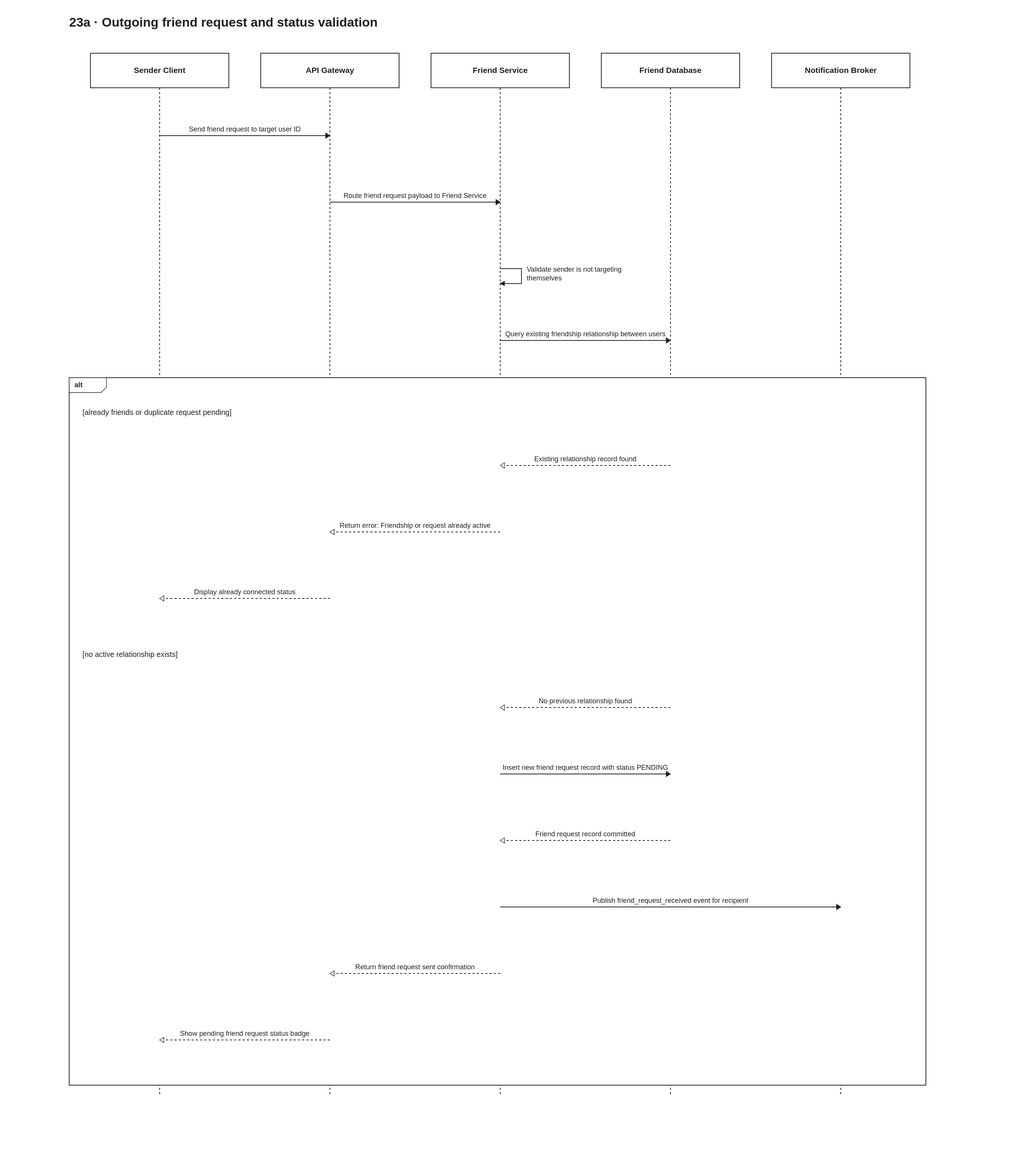
Earlier version of the draw.io export docs/diagrams/velora-current/importable-svg/23a-friend-send-request.drawio.svg (HieuCuteDangYeu/velora-backend). Source tidied: cells renumbered, new cells last; positions are measured from the earlier drawing's top-left corner, leaving out a move shared by most shapes.
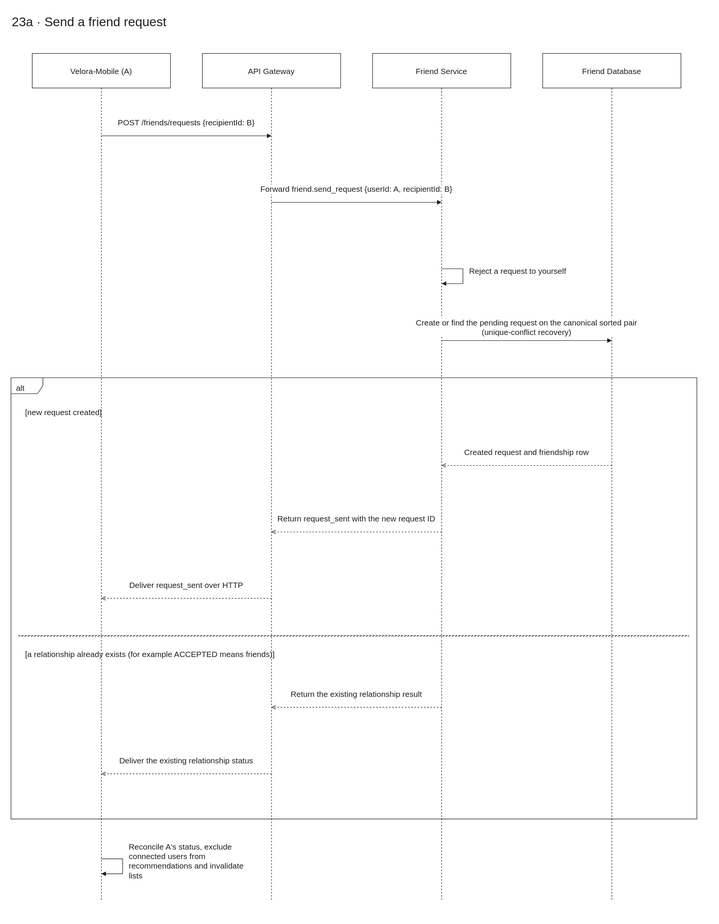
After the commit.

Change to the diagram source:
```diff
@@ -2,40 +2,34 @@
   <root>
     <mxCell id="0" />
     <mxCell id="1" parent="0" />
-    <mxCell id="2" style="html=1;fontFamily=Arial;fontSize=15;fontColor=light-dark(#202020,#eeeeee);strokeColor=light-dark(#202020,#eeeeee);dashed=1;endArrow=none;" parent="1" edge="1">
-      <mxGeometry relative="1" as="geometry">
-        <mxPoint x="1450" y="145" as="sourcePoint" />
-        <mxPoint x="1450" y="2040" as="targetPoint" />
-      </mxGeometry>
-    </mxCell>
-    <mxCell id="3" style="html=1;fontFamily=Arial;fontSize=15;fontColor=light-dark(#202020,#eeeeee);strokeColor=light-dark(#202020,#eeeeee);dashed=1;endArrow=none;" parent="1" edge="1">
-      <mxGeometry relative="1" as="geometry">
-        <mxPoint x="1130" y="145" as="sourcePoint" />
-        <mxPoint x="1130" y="2040" as="targetPoint" />
-      </mxGeometry>
-    </mxCell>
-    <mxCell id="4" style="html=1;fontFamily=Arial;fontSize=15;fontColor=light-dark(#202020,#eeeeee);strokeColor=light-dark(#202020,#eeeeee);dashed=1;endArrow=none;" parent="1" edge="1">
-      <mxGeometry relative="1" as="geometry">
-        <mxPoint x="810" y="145" as="sourcePoint" />
-        <mxPoint x="810" y="2040" as="targetPoint" />
-      </mxGeometry>
-    </mxCell>
-    <mxCell id="5" style="html=1;fontFamily=Arial;fontSize=15;fontColor=light-dark(#202020,#eeeeee);strokeColor=light-dark(#202020,#eeeeee);dashed=1;endArrow=none;" parent="1" edge="1">
-      <mxGeometry relative="1" as="geometry">
-        <mxPoint x="490" y="145" as="sourcePoint" />
-        <mxPoint x="490" y="2040" as="targetPoint" />
-      </mxGeometry>
-    </mxCell>
-    <mxCell id="6" style="html=1;fontFamily=Arial;fontSize=15;fontColor=light-dark(#202020,#eeeeee);strokeColor=light-dark(#202020,#eeeeee);dashed=1;endArrow=none;" parent="1" edge="1">
-      <mxGeometry relative="1" as="geometry">
-        <mxPoint x="170" y="145" as="sourcePoint" />
-        <mxPoint x="170" y="2040" as="targetPoint" />
-      </mxGeometry>
-    </mxCell>
+    <mxCell id="30" style="html=1;fontFamily=Arial;fontSize=15;fontColor=light-dark(#202020,#eeeeee);strokeColor=light-dark(#202020,#eeeeee);dashed=1;endArrow=none;" parent="1" edge="1">
+      <mxGeometry relative="1" as="geometry">
+        <mxPoint x="1130" y="145" as="sourcePoint" />
+        <mxPoint x="1130" y="1675" as="targetPoint" />
+      </mxGeometry>
+    </mxCell>
+    <mxCell id="31" style="html=1;fontFamily=Arial;fontSize=15;fontColor=light-dark(#202020,#eeeeee);strokeColor=light-dark(#202020,#eeeeee);dashed=1;endArrow=none;" parent="1" edge="1">
+      <mxGeometry relative="1" as="geometry">
+        <mxPoint x="810" y="145" as="sourcePoint" />
+        <mxPoint x="810" y="1675" as="targetPoint" />
+      </mxGeometry>
+    </mxCell>
+    <mxCell id="32" style="html=1;fontFamily=Arial;fontSize=15;fontColor=light-dark(#202020,#eeeeee);strokeColor=light-dark(#202020,#eeeeee);dashed=1;endArrow=none;" parent="1" edge="1">
+      <mxGeometry relative="1" as="geometry">
+        <mxPoint x="490" y="145" as="sourcePoint" />
+        <mxPoint x="490" y="1675" as="targetPoint" />
+      </mxGeometry>
+    </mxCell>
+    <mxCell id="33" style="html=1;fontFamily=Arial;fontSize=15;fontColor=light-dark(#202020,#eeeeee);strokeColor=light-dark(#202020,#eeeeee);dashed=1;endArrow=none;" parent="1" edge="1">
+      <mxGeometry relative="1" as="geometry">
+        <mxPoint x="170" y="145" as="sourcePoint" />
+        <mxPoint x="170" y="1675" as="targetPoint" />
+      </mxGeometry>
+    </mxCell>
-    <mxCell id="7" value="23a · Outgoing friend request and status validation" style="html=1;fontFamily=Arial;fontSize=15;fontColor=light-dark(#202020,#eeeeee);strokeColor=light-dark(#202020,#eeeeee);text;fontSize=24;align=left;strokeColor=none;fillColor=none;" parent="1" vertex="1">
-      <mxGeometry width="1610" height="50" as="geometry" />
+    <mxCell id="7" value="23a · Send a friend request" style="html=1;fontFamily=Arial;fontSize=15;fontColor=light-dark(#202020,#eeeeee);strokeColor=light-dark(#202020,#eeeeee);text;fontSize=24;align=left;strokeColor=none;fillColor=none;" parent="1" vertex="1">
+      <mxGeometry width="1290" height="50" as="geometry" />
     </mxCell>
-    <mxCell id="8" value="Sender Client" style="html=1;fontFamily=Arial;fontSize=15;fontColor=light-dark(#202020,#eeeeee);strokeColor=light-dark(#202020,#eeeeee);rounded=0;fillColor=#ffffff;whiteSpace=wrap;align=center;verticalAlign=middle;" parent="1" vertex="1">
+    <mxCell id="8" value="Velora-Mobile (A)" style="html=1;fontFamily=Arial;fontSize=15;fontColor=light-dark(#202020,#eeeeee);strokeColor=light-dark(#202020,#eeeeee);rounded=0;fillColor=#ffffff;whiteSpace=wrap;align=center;verticalAlign=middle;" parent="1" vertex="1">
       <mxGeometry x="40" y="80" width="260" height="65" as="geometry" />
     </mxCell>
     <mxCell id="9" value="API Gateway" style="html=1;fontFamily=Arial;fontSize=15;fontColor=light-dark(#202020,#eeeeee);strokeColor=light-dark(#202020,#eeeeee);rounded=0;fillColor=#ffffff;whiteSpace=wrap;align=center;verticalAlign=middle;" parent="1" vertex="1">
@@ -47,111 +41,95 @@
     <mxCell id="11" value="Friend Database" style="html=1;fontFamily=Arial;fontSize=15;fontColor=light-dark(#202020,#eeeeee);strokeColor=light-dark(#202020,#eeeeee);rounded=0;fillColor=#ffffff;whiteSpace=wrap;align=center;verticalAlign=middle;" parent="1" vertex="1">
       <mxGeometry x="1000" y="80" width="260" height="65" as="geometry" />
     </mxCell>
-    <mxCell id="12" value="Notification Broker" style="html=1;fontFamily=Arial;fontSize=15;fontColor=light-dark(#202020,#eeeeee);strokeColor=light-dark(#202020,#eeeeee);rounded=0;fillColor=#ffffff;whiteSpace=wrap;align=center;verticalAlign=middle;" parent="1" vertex="1">
-      <mxGeometry x="1320" y="80" width="260" height="65" as="geometry" />
+    <mxCell id="12" value="POST /friends/requests {recipientId: B}" style="html=1;fontFamily=Arial;fontSize=15;fontColor=light-dark(#202020,#eeeeee);strokeColor=light-dark(#202020,#eeeeee);endArrow=block;endFill=1;labelBackgroundColor=#ffffff;labelWidth=550;whiteSpace=wrap;align=center;" parent="1" edge="1">
+      <mxGeometry relative="1" as="geometry">
+        <mxPoint x="170" y="235" as="sourcePoint" />
+        <mxPoint x="490" y="235" as="targetPoint" />
+        <mxPoint y="-25" as="offset" />
+      </mxGeometry>
     </mxCell>
-    <mxCell id="13" value="Send friend request to target user ID" style="html=1;fontFamily=Arial;fontSize=15;fontColor=light-dark(#202020,#eeeeee);strokeColor=light-dark(#202020,#eeeeee);endArrow=block;endFill=1;labelBackgroundColor=#ffffff;labelWidth=550;whiteSpace=wrap;align=center;" parent="1" edge="1">
+    <mxCell id="13" value="Forward friend.send_request {userId: A, recipientId: B}" style="html=1;fontFamily=Arial;fontSize=15;fontColor=light-dark(#202020,#eeeeee);strokeColor=light-dark(#202020,#eeeeee);endArrow=block;endFill=1;labelBackgroundColor=#ffffff;labelWidth=550;whiteSpace=wrap;align=center;" parent="1" edge="1">
       <mxGeometry relative="1" as="geometry">
-        <mxPoint x="170" y="235" as="sourcePoint" />
-        <mxPoint x="490" y="235" as="targetPoint" />
+        <mxPoint x="490" y="360" as="sourcePoint" />
+        <mxPoint x="810" y="360" as="targetPoint" />
         <mxPoint y="-25" as="offset" />
       </mxGeometry>
     </mxCell>
-    <mxCell id="14" value="Route friend request payload to Friend Service" style="html=1;fontFamily=Arial;fontSize=15;fontColor=light-dark(#202020,#eeeeee);strokeColor=light-dark(#202020,#eeeeee);endArrow=block;endFill=1;labelBackgroundColor=#ffffff;labelWidth=550;whiteSpace=wrap;align=center;" parent="1" edge="1">
+    <mxCell id="14" value="Reject a request to yourself" style="html=1;fontFamily=Arial;fontSize=15;fontColor=light-dark(#202020,#eeeeee);strokeColor=light-dark(#202020,#eeeeee);endArrow=block;endFill=1;edgeStyle=orthogonalEdgeStyle;curved=0;rounded=0;orthogonalLoop=1;jettySize=auto;labelBackgroundColor=#ffffff;labelWidth=240;whiteSpace=wrap;align=left;" parent="1" edge="1">
       <mxGeometry relative="1" as="geometry">
-        <mxPoint x="490" y="360" as="sourcePoint" />
-        <mxPoint x="810" y="360" as="targetPoint" />
-        <mxPoint y="-25" as="offset" />
+        <mxPoint x="810" y="485" as="sourcePoint" />
+        <mxPoint x="810" y="513" as="targetPoint" />
+        <Array as="points">
+          <mxPoint x="850" y="485" />
+          <mxPoint x="850" y="513" />
+        </Array>
+        <mxPoint x="10" y="-10" as="offset" />
       </mxGeometry>
     </mxCell>
-    <mxCell id="15" value="Validate sender is not targeting themselves" style="html=1;fontFamily=Arial;fontSize=15;fontColor=light-dark(#202020,#eeeeee);strokeColor=light-dark(#202020,#eeeeee);endArrow=block;endFill=1;edgeStyle=orthogonalEdgeStyle;curved=0;rounded=0;orthogonalLoop=1;jettySize=auto;labelBackgroundColor=#ffffff;labelWidth=240;whiteSpace=wrap;align=left;" parent="1" edge="1">
+    <mxCell id="15" value="Create or find the pending request on the canonical sorted pair&lt;br&gt;(unique-conflict recovery)" style="html=1;fontFamily=Arial;fontSize=15;fontColor=light-dark(#202020,#eeeeee);strokeColor=light-dark(#202020,#eeeeee);endArrow=block;endFill=1;labelBackgroundColor=#ffffff;labelWidth=550;whiteSpace=wrap;align=center;" parent="1" edge="1">
       <mxGeometry relative="1" as="geometry">
-        <mxPoint x="810" y="485" as="sourcePoint" />
-        <mxPoint x="810" y="513" as="targetPoint" />
-        <mxPoint x="10" y="-10" as="offset" />
+        <mxPoint x="810" y="620" as="sourcePoint" />
+        <mxPoint x="1130" y="620" as="targetPoint" />
+        <mxPoint y="-25" as="offset" />
       </mxGeometry>
     </mxCell>
-    <mxCell id="16" value="Query existing friendship relationship between users" style="html=1;fontFamily=Arial;fontSize=15;fontColor=light-dark(#202020,#eeeeee);strokeColor=light-dark(#202020,#eeeeee);endArrow=block;endFill=1;labelBackgroundColor=#ffffff;labelWidth=550;whiteSpace=wrap;align=center;" parent="1" edge="1">
-      <mxGeometry relative="1" as="geometry">
-        <mxPoint x="810" y="620" as="sourcePoint" />
-        <mxPoint x="1130" y="620" as="targetPoint" />
-        <mxPoint y="-25" as="offset" />
-      </mxGeometry>
+    <mxCell id="16" value="alt" style="html=1;fontFamily=Arial;fontSize=15;fontColor=light-dark(#202020,#eeeeee);strokeColor=light-dark(#202020,#eeeeee);shape=umlFrame;fillColor=none;align=left;verticalAlign=top;spacingLeft=8;spacingTop=4;" parent="1" vertex="1">
+      <mxGeometry y="690" width="1290" height="830" as="geometry" />
     </mxCell>
-    <mxCell id="17" value="alt" style="html=1;fontFamily=Arial;fontSize=15;fontColor=light-dark(#202020,#eeeeee);strokeColor=light-dark(#202020,#eeeeee);shape=umlFrame;fillColor=none;align=left;verticalAlign=top;spacingLeft=8;spacingTop=4;" parent="1" vertex="1">
-      <mxGeometry y="690" width="1610" height="1330" as="geometry" />
+    <mxCell id="17" value="[new request created]" style="html=1;fontFamily=Arial;fontSize=15;fontColor=light-dark(#202020,#eeeeee);strokeColor=light-dark(#202020,#eeeeee);text;whiteSpace=wrap;align=left;strokeColor=none;fillColor=none;" parent="1" vertex="1">
+      <mxGeometry x="25" y="740" width="1230" height="45" as="geometry" />
     </mxCell>
-    <mxCell id="18" value="[already friends or duplicate request pending]" style="html=1;fontFamily=Arial;fontSize=15;fontColor=light-dark(#202020,#eeeeee);strokeColor=light-dark(#202020,#eeeeee);text;whiteSpace=wrap;align=left;strokeColor=none;fillColor=none;" parent="1" vertex="1">
-      <mxGeometry x="25" y="740" width="1550" height="45" as="geometry" />
+    <mxCell id="18" value="Created request and friendship row" style="html=1;fontFamily=Arial;fontSize=15;fontColor=light-dark(#202020,#eeeeee);strokeColor=light-dark(#202020,#eeeeee);endArrow=open;dashed=1;labelBackgroundColor=#ffffff;labelWidth=550;whiteSpace=wrap;align=center;" parent="1" edge="1">
+      <mxGeometry relative="1" as="geometry">
+        <mxPoint x="1130" y="855" as="sourcePoint" />
+        <mxPoint x="810" y="855" as="targetPoint" />
+        <mxPoint y="-25" as="offset" />
+      </mxGeometry>
     </mxCell>
-    <mxCell id="19" value="Existing relationship record found" style="html=1;fontFamily=Arial;fontSize=15;fontColor=light-dark(#202020,#eeeeee);strokeColor=light-dark(#202020,#eeeeee);endArrow=open;dashed=1;labelBackgroundColor=#ffffff;labelWidth=550;whiteSpace=wrap;align=center;" parent="1" edge="1">
+    <mxCell id="19" value="Return request_sent with the new request ID" style="html=1;fontFamily=Arial;fontSize=15;fontColor=light-dark(#202020,#eeeeee);strokeColor=light-dark(#202020,#eeeeee);endArrow=open;dashed=1;labelBackgroundColor=#ffffff;labelWidth=550;whiteSpace=wrap;align=center;" parent="1" edge="1">
       <mxGeometry relative="1" as="geometry">
-        <mxPoint x="1130" y="855" as="sourcePoint" />
-        <mxPoint x="810" y="855" as="targetPoint" />
+        <mxPoint x="810" y="980" as="sourcePoint" />
+        <mxPoint x="490" y="980" as="targetPoint" />
         <mxPoint y="-25" as="offset" />
       </mxGeometry>
     </mxCell>
-    <mxCell id="20" value="Return error: Friendship or request already active" style="html=1;fontFamily=Arial;fontSize=15;fontColor=light-dark(#202020,#eeeeee);strokeColor=light-dark(#202020,#eeeeee);endArrow=open;dashed=1;labelBackgroundColor=#ffffff;labelWidth=550;whiteSpace=wrap;align=center;" parent="1" edge="1">
+    <mxCell id="20" value="Deliver request_sent over HTTP" style="html=1;fontFamily=Arial;fontSize=15;fontColor=light-dark(#202020,#eeeeee);strokeColor=light-dark(#202020,#eeeeee);endArrow=open;dashed=1;labelBackgroundColor=#ffffff;labelWidth=550;whiteSpace=wrap;align=center;" parent="1" edge="1">
       <mxGeometry relative="1" as="geometry">
-        <mxPoint x="810" y="980" as="sourcePoint" />
-        <mxPoint x="490" y="980" as="targetPoint" />
+        <mxPoint x="490" y="1105" as="sourcePoint" />
+        <mxPoint x="170" y="1105" as="targetPoint" />
         <mxPoint y="-25" as="offset" />
       </mxGeometry>
     </mxCell>
-    <mxCell id="21" value="Display already connected status" style="html=1;fontFamily=Arial;fontSize=15;fontColor=light-dark(#202020,#eeeeee);strokeColor=light-dark(#202020,#eeeeee);endArrow=open;dashed=1;labelBackgroundColor=#ffffff;labelWidth=550;whiteSpace=wrap;align=center;" parent="1" edge="1">
-      <mxGeometry relative="1" as="geometry">
-        <mxPoint x="490" y="1105" as="sourcePoint" />
-        <mxPoint x="170" y="1105" as="targetPoint" />
-        <mxPoint y="-25" as="offset" />
-      </mxGeometry>
+    <mxCell id="21" style="html=1;fontFamily=Arial;fontSize=15;fontColor=light-dark(#202020,#eeeeee);strokeColor=light-dark(#202020,#eeeeee);fillColor=none;dashed=1;" parent="1" vertex="1">
+      <mxGeometry x="15" y="1175" width="1260" height="1" as="geometry" />
     </mxCell>
-    <mxCell id="22" style="html=1;fontFamily=Arial;fontSize=15;fontColor=light-dark(#202020,#eeeeee);strokeColor=light-dark(#202020,#eeeeee);fillColor=none;dashed=1;" parent="1" vertex="1">
-      <mxGeometry x="15" y="1175" width="1580" height="1" as="geometry" />
+    <mxCell id="22" value="[a relationship already exists (for example ACCEPTED means friends)]" style="html=1;fontFamily=Arial;fontSize=15;fontColor=light-dark(#202020,#eeeeee);strokeColor=light-dark(#202020,#eeeeee);text;whiteSpace=wrap;align=left;strokeColor=none;fillColor=none;" parent="1" vertex="1">
+      <mxGeometry x="25" y="1195" width="1230" height="45" as="geometry" />
     </mxCell>
-    <mxCell id="23" value="[no active relationship exists]" style="html=1;fontFamily=Arial;fontSize=15;fontColor=light-dark(#202020,#eeeeee);strokeColor=light-dark(#202020,#eeeeee);text;whiteSpace=wrap;align=left;strokeColor=none;fillColor=none;" parent="1" vertex="1">
-      <mxGeometry x="25" y="1195" width="1550" height="45" as="geometry" />
+    <mxCell id="23" value="Return the existing relationship result" style="html=1;fontFamily=Arial;fontSize=15;fontColor=light-dark(#202020,#eeeeee);strokeColor=light-dark(#202020,#eeeeee);endArrow=open;dashed=1;labelBackgroundColor=#ffffff;labelWidth=550;whiteSpace=wrap;align=center;" parent="1" edge="1">
+      <mxGeometry relative="1" as="geometry">
+        <mxPoint x="810" y="1310" as="sourcePoint" />
+        <mxPoint x="490" y="1310" as="targetPoint" />
+        <mxPoint y="-25" as="offset" />
+      </mxGeometry>
     </mxCell>
-    <mxCell id="24" value="No previous relationship found" style="html=1;fontFamily=Arial;fontSize=15;fontColor=light-dark(#202020,#eeeeee);strokeColor=light-dark(#202020,#eeeeee);endArrow=open;dashed=1;labelBackgroundColor=#ffffff;labelWidth=550;whiteSpace=wrap;align=center;" parent="1" edge="1">
+    <mxCell id="24" value="Deliver the existing relationship status" style="html=1;fontFamily=Arial;fontSize=15;fontColor=light-dark(#202020,#eeeeee);strokeColor=light-dark(#202020,#eeeeee);endArrow=open;dashed=1;labelBackgroundColor=#ffffff;labelWidth=550;whiteSpace=wrap;align=center;" parent="1" edge="1">
       <mxGeometry relative="1" as="geometry">
-        <mxPoint x="1130" y="1310" as="sourcePoint" />
-        <mxPoint x="810" y="1310" as="targetPoint" />
+        <mxPoint x="490" y="1435" as="sourcePoint" />
+        <mxPoint x="170" y="1435" as="targetPoint" />
         <mxPoint y="-25" as="offset" />
       </mxGeometry>
     </mxCell>
-    <mxCell id="25" value="Insert new friend request record with status PENDING" style="html=1;fontFamily=Arial;fontSize=15;fontColor=light-dark(#202020,#eeeeee);strokeColor=light-dark(#202020,#eeeeee);endArrow=block;endFill=1;labelBackgroundColor=#ffffff;labelWidth=550;whiteSpace=wrap;align=center;" parent="1" edge="1">
+    <mxCell id="25" value="Reconcile A&amp;#x27;s status, exclude connected users from recommendations and invalidate lists" style="html=1;fontFamily=Arial;fontSize=15;fontColor=light-dark(#202020,#eeeeee);strokeColor=light-dark(#202020,#eeeeee);endArrow=block;endFill=1;edgeStyle=orthogonalEdgeStyle;curved=0;rounded=0;orthogonalLoop=1;jettySize=auto;labelBackgroundColor=#ffffff;labelWidth=240;whiteSpace=wrap;align=left;" parent="1" edge="1">
       <mxGeometry relative="1" as="geometry">
-        <mxPoint x="810" y="1435" as="sourcePoint" />
-        <mxPoint x="1130" y="1435" as="targetPoint" />
-        <mxPoint y="-25" as="offset" />
+        <mxPoint x="170" y="1595" as="sourcePoint" />
+        <mxPoint x="170" y="1623" as="targetPoint" />
+        <Array as="points">
+          <mxPoint x="210" y="1595" />
+          <mxPoint x="210" y="1623" />
+        </Array>
+        <mxPoint x="10" y="-10" as="offset" />
       </mxGeometry>
     </mxCell>
-    <mxCell id="26" value="Friend request record committed" style="html=1;fontFamily=Arial;fontSize=15;fontColor=light-dark(#202020,#eeeeee);strokeColor=light-dark(#202020,#eeeeee);endArrow=open;dashed=1;labelBackgroundColor=#ffffff;labelWidth=550;whiteSpace=wrap;align=center;" parent="1" edge="1">
-      <mxGeometry relative="1" as="geometry">
-        <mxPoint x="1130" y="1560" as="sourcePoint" />
-        <mxPoint x="810" y="1560" as="targetPoint" />
-        <mxPoint y="-25" as="offset" />
-      </mxGeometry>
-    </mxCell>
-    <mxCell id="27" value="Publish friend_request_received event for recipient" style="html=1;fontFamily=Arial;fontSize=15;fontColor=light-dark(#202020,#eeeeee);strokeColor=light-dark(#202020,#eeeeee);endArrow=block;endFill=1;labelBackgroundColor=#ffffff;labelWidth=550;whiteSpace=wrap;align=center;" parent="1" edge="1">
-      <mxGeometry relative="1" as="geometry">
-        <mxPoint x="810" y="1685" as="sourcePoint" />
-        <mxPoint x="1450" y="1685" as="targetPoint" />
-        <mxPoint y="-25" as="offset" />
-      </mxGeometry>
-    </mxCell>
-    <mxCell id="28" value="Return friend request sent confirmation" style="html=1;fontFamily=Arial;fontSize=15;fontColor=light-dark(#202020,#eeeeee);strokeColor=light-dark(#202020,#eeeeee);endArrow=open;dashed=1;labelBackgroundColor=#ffffff;labelWidth=550;whiteSpace=wrap;align=center;" parent="1" edge="1">
-      <mxGeometry relative="1" as="geometry">
-        <mxPoint x="810" y="1810" as="sourcePoint" />
-        <mxPoint x="490" y="1810" as="targetPoint" />
-        <mxPoint y="-25" as="offset" />
-      </mxGeometry>
-    </mxCell>
-    <mxCell id="29" value="Show pending friend request status badge" style="html=1;fontFamily=Arial;fontSize=15;fontColor=light-dark(#202020,#eeeeee);strokeColor=light-dark(#202020,#eeeeee);endArrow=open;dashed=1;labelBackgroundColor=#ffffff;labelWidth=550;whiteSpace=wrap;align=center;" parent="1" edge="1">
-      <mxGeometry relative="1" as="geometry">
-        <mxPoint x="490" y="1935" as="sourcePoint" />
-        <mxPoint x="170" y="1935" as="targetPoint" />
-        <mxPoint y="-25" as="offset" />
-      </mxGeometry>
-    </mxCell>
   </root>
 </mxGraphModel>
```
